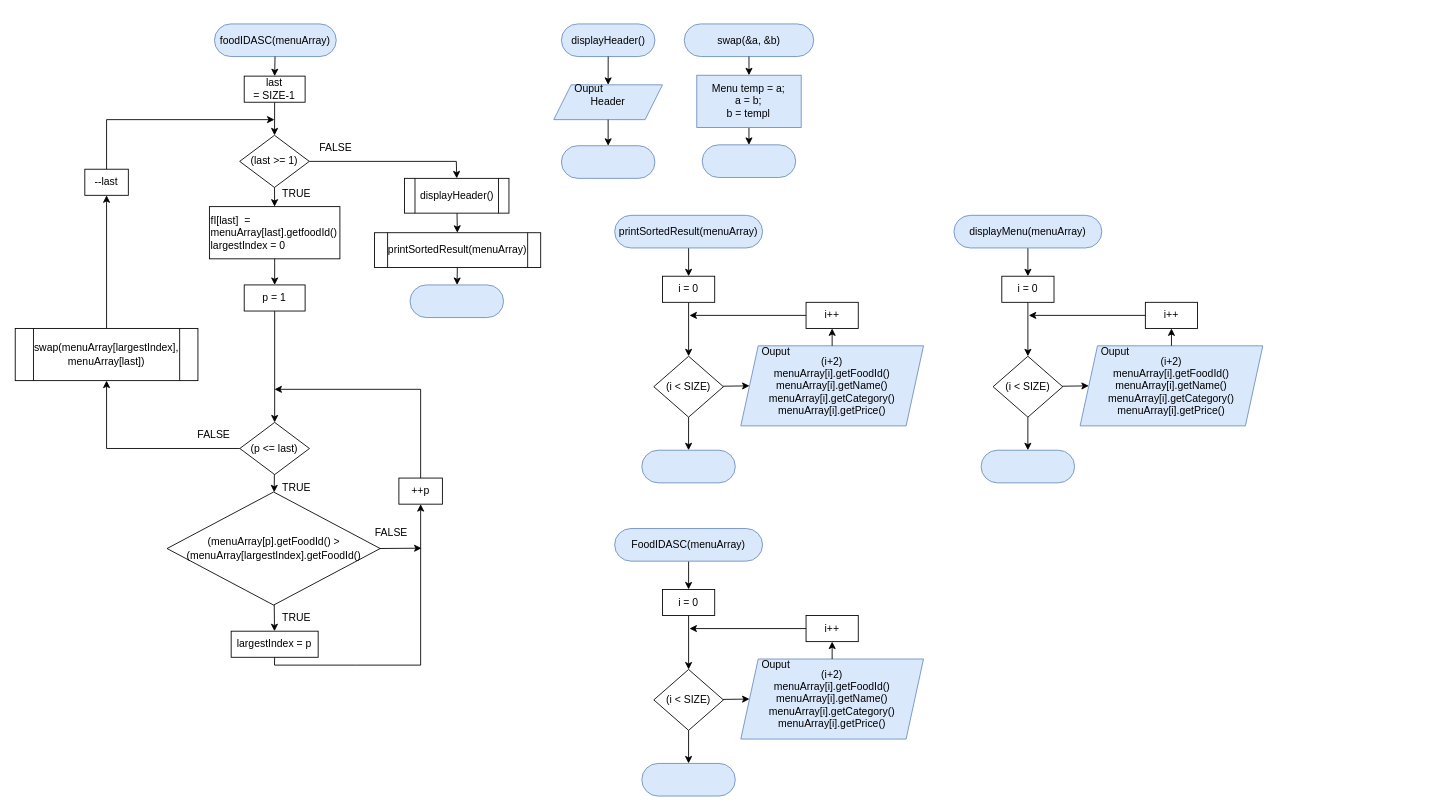
Above: page "SORTING FUNCTION" (3 of 5) of Submission/sec02/Tupperware/classDiagram.drawio in jjn7702/SECJ2013-DSA (draw.io), before the change. Source tidied: cells renumbered, new cells numbered last; positions are measured from the earlier drawing's top-left corner, leaving out a move shared by most shapes. Both pictures are drawn from the tidied source at 87%, with x=0, y=0 at pixel (15, 23).
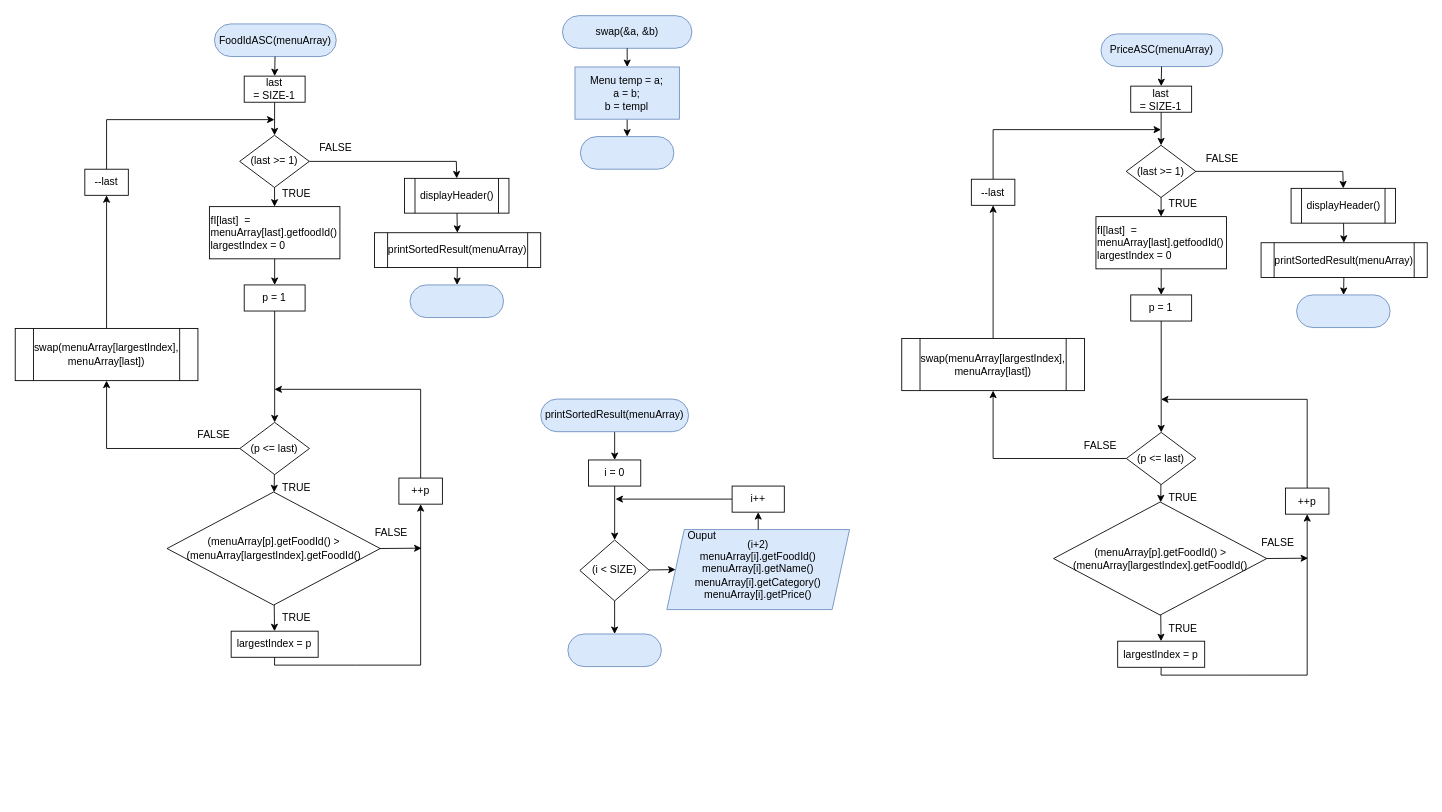
The same diagram, later.

What changed in the source:
```diff
@@
     <mxCell id="3" value="printSortedResult(menuArray)" style="rounded=1;whiteSpace=wrap;html=1;glass=0;labelBackgroundColor=none;fillColor=#dae8fc;arcSize=50;strokeColor=#6c8ebf;" parent="1" vertex="1">
-      <mxGeometry x="689" y="220" width="170" height="37.5" as="geometry" />
+      <mxGeometry x="604" y="431.2" width="170" height="37.5" as="geometry" />
     </mxCell>
-    <mxCell id="4" value="displayHeader()" style="rounded=1;whiteSpace=wrap;html=1;glass=0;labelBackgroundColor=none;fillColor=#dae8fc;arcSize=50;strokeColor=#6c8ebf;" parent="1" vertex="1">
-      <mxGeometry x="627.8" width="107.5" height="37.5" as="geometry" />
-    </mxCell>
-    <mxCell id="5" style="group;fillColor=none;strokeColor=none;" parent="1" vertex="1">
-      <mxGeometry x="619" y="60" width="125" height="50" as="geometry" />
-    </mxCell>
-    <mxCell id="6" value="Header" style="shape=parallelogram;perimeter=parallelogramPerimeter;whiteSpace=wrap;html=1;fixedSize=1;fillColor=#dae8fc;strokeColor=#6c8ebf;" parent="5" vertex="1">
-      <mxGeometry y="10" width="125" height="40" as="geometry" />
-    </mxCell>
-    <mxCell id="7" value="Ouput" style="text;html=1;align=center;verticalAlign=middle;strokeColor=none;fillColor=none;" parent="5" vertex="1">
-      <mxGeometry x="10" width="60" height="30" as="geometry" />
-    </mxCell>
-    <mxCell id="8" style="edgeStyle=none;rounded=0;html=1;exitX=0.5;exitY=1;exitDx=0;exitDy=0;strokeColor=#000000;fontColor=#000000;" parent="1" edge="1" source="4" target="6">
-      <mxGeometry relative="1" as="geometry" />
-    </mxCell>
-    <mxCell id="9" style="rounded=1;whiteSpace=wrap;html=1;glass=0;labelBackgroundColor=none;fillColor=#dae8fc;arcSize=50;strokeColor=#6c8ebf;" parent="1" vertex="1">
-      <mxGeometry x="627.8" y="140" width="107.5" height="37.5" as="geometry" />
-    </mxCell>
-    <mxCell id="10" style="edgeStyle=none;rounded=0;html=1;strokeColor=#000000;fontColor=#000000;" parent="1" edge="1" source="6" target="9">
-      <mxGeometry relative="1" as="geometry" />
-    </mxCell>
     <mxCell id="11" value="swap(&amp;amp;a, &amp;amp;b)" style="rounded=1;whiteSpace=wrap;html=1;glass=0;labelBackgroundColor=none;fillColor=#dae8fc;arcSize=50;strokeColor=#6c8ebf;" parent="1" vertex="1">
-      <mxGeometry x="769" width="148.8" height="37.5" as="geometry" />
+      <mxGeometry x="629" y="-9.5" width="148.8" height="37.5" as="geometry" />
     </mxCell>
     <mxCell id="12" style="rounded=1;whiteSpace=wrap;html=1;glass=0;labelBackgroundColor=none;fillColor=#dae8fc;arcSize=50;strokeColor=#6c8ebf;" parent="1" vertex="1">
-      <mxGeometry x="789.6" y="139" width="107.5" height="37.5" as="geometry" />
+      <mxGeometry x="649.6" y="129.5" width="107.5" height="37.5" as="geometry" />
     </mxCell>
@@
     <mxCell id="14" value="Menu temp = a;&lt;br&gt;a = b;&lt;br&gt;b = templ" style="whiteSpace=wrap;html=1;fillColor=#dae8fc;strokeColor=#6c8ebf;" parent="1" vertex="1">
-      <mxGeometry x="783.4" y="59" width="120" height="60" as="geometry" />
+      <mxGeometry x="643.4" y="49.5" width="120" height="60" as="geometry" />
     </mxCell>
@@
     <mxCell id="18" value="(i &amp;lt; SIZE)" style="rhombus;whiteSpace=wrap;html=1;" parent="1" vertex="1">
-      <mxGeometry x="734" y="382" width="80" height="70" as="geometry" />
+      <mxGeometry x="649" y="593.2" width="80" height="70" as="geometry" />
     </mxCell>
@@
     <mxCell id="20" value="i = 0" style="whiteSpace=wrap;html=1;" parent="1" vertex="1">
-      <mxGeometry x="744" y="290" width="60" height="30" as="geometry" />
+      <mxGeometry x="659" y="501.2" width="60" height="30" as="geometry" />
     </mxCell>
     <mxCell id="21" style="group;" parent="1" vertex="1">
-      <mxGeometry x="834" y="362" width="210" height="100" as="geometry" />
+      <mxGeometry x="749" y="573.2" width="210" height="100" as="geometry" />
     </mxCell>
@@
     <mxCell id="24" style="edgeStyle=none;html=1;" parent="1" edge="1" source="25">
       <mxGeometry relative="1" as="geometry">
-        <mxPoint x="775" y="335" as="targetPoint" />
+        <mxPoint x="690" y="546.2" as="targetPoint" />
       </mxGeometry>
     </mxCell>
     <mxCell id="25" value="i++" style="whiteSpace=wrap;html=1;" parent="1" vertex="1">
-      <mxGeometry x="909" y="320" width="60" height="30" as="geometry" />
+      <mxGeometry x="824" y="531.2" width="60" height="30" as="geometry" />
     </mxCell>
@@
     <mxCell id="27" style="rounded=1;whiteSpace=wrap;html=1;glass=0;labelBackgroundColor=none;fillColor=#dae8fc;arcSize=50;strokeColor=#6c8ebf;" parent="1" vertex="1">
-      <mxGeometry x="720.2" y="490" width="107.5" height="37.5" as="geometry" />
+      <mxGeometry x="635.2" y="701.2" width="107.5" height="37.5" as="geometry" />
     </mxCell>
-    <mxCell id="28" style="edgeStyle=none;html=1;" parent="1" edge="1" source="29" target="34">
-      <mxGeometry relative="1" as="geometry" />
-    </mxCell>
-    <mxCell id="29" value="displayMenu(menuArray)" style="rounded=1;whiteSpace=wrap;html=1;glass=0;labelBackgroundColor=none;fillColor=#dae8fc;arcSize=50;strokeColor=#6c8ebf;" parent="1" vertex="1">
-      <mxGeometry x="1079" y="220" width="170" height="37.5" as="geometry" />
-    </mxCell>
-    <mxCell id="30" style="edgeStyle=none;html=1;entryX=0;entryY=0.5;entryDx=0;entryDy=0;" parent="1" edge="1" source="32" target="36">
-      <mxGeometry relative="1" as="geometry" />
-    </mxCell>
-    <mxCell id="31" style="edgeStyle=none;html=1;" parent="1" edge="1" source="32" target="41">
-      <mxGeometry relative="1" as="geometry" />
-    </mxCell>
-    <mxCell id="32" value="(i &amp;lt; SIZE)" style="rhombus;whiteSpace=wrap;html=1;" parent="1" vertex="1">
-      <mxGeometry x="1124" y="382" width="80" height="70" as="geometry" />
-    </mxCell>
-    <mxCell id="33" style="edgeStyle=none;html=1;" parent="1" edge="1" source="34" target="32">
-      <mxGeometry relative="1" as="geometry" />
-    </mxCell>
-    <mxCell id="34" value="i = 0" style="whiteSpace=wrap;html=1;" parent="1" vertex="1">
-      <mxGeometry x="1134" y="290" width="60" height="30" as="geometry" />
-    </mxCell>
-    <mxCell id="35" style="group;" parent="1" vertex="1">
-      <mxGeometry x="1224" y="362" width="210" height="100" as="geometry" />
-    </mxCell>
-    <mxCell id="36" value="(i+2)&lt;br&gt;menuArray[i].getFoodId()&lt;br&gt;menuArray[i].getName()&lt;br&gt;menuArray[i].getCategory()&lt;br&gt;menuArray[i].getPrice()&lt;br&gt;" style="shape=parallelogram;perimeter=parallelogramPerimeter;whiteSpace=wrap;html=1;fixedSize=1;fillColor=#dae8fc;strokeColor=#6c8ebf;" parent="35" vertex="1">
-      <mxGeometry y="8" width="210" height="92" as="geometry" />
-    </mxCell>
-    <mxCell id="37" value="Ouput" style="text;html=1;align=center;verticalAlign=middle;strokeColor=none;fillColor=none;" parent="35" vertex="1">
-      <mxGeometry x="10" width="60" height="30" as="geometry" />
-    </mxCell>
-    <mxCell id="38" style="edgeStyle=none;html=1;" parent="1" edge="1" source="39">
-      <mxGeometry relative="1" as="geometry">
-        <mxPoint x="1165" y="335" as="targetPoint" />
-      </mxGeometry>
-    </mxCell>
-    <mxCell id="39" value="i++" style="whiteSpace=wrap;html=1;" parent="1" vertex="1">
-      <mxGeometry x="1299" y="320" width="60" height="30" as="geometry" />
-    </mxCell>
-    <mxCell id="40" style="edgeStyle=none;html=1;" parent="1" edge="1" source="36" target="39">
-      <mxGeometry relative="1" as="geometry" />
-    </mxCell>
-    <mxCell id="41" style="rounded=1;whiteSpace=wrap;html=1;glass=0;labelBackgroundColor=none;fillColor=#dae8fc;arcSize=50;strokeColor=#6c8ebf;" parent="1" vertex="1">
-      <mxGeometry x="1110.2" y="490" width="107.5" height="37.5" as="geometry" />
-    </mxCell>
-    <mxCell id="42" value="foodIDASC(menuArray)" style="rounded=1;whiteSpace=wrap;html=1;glass=0;labelBackgroundColor=none;fillColor=#dae8fc;arcSize=50;strokeColor=#6c8ebf;" parent="1" vertex="1">
+    <mxCell id="42" value="FoodIdASC(menuArray)" style="rounded=1;whiteSpace=wrap;html=1;glass=0;labelBackgroundColor=none;fillColor=#dae8fc;arcSize=50;strokeColor=#6c8ebf;" parent="1" vertex="1">
       <mxGeometry x="229" width="140" height="37.5" as="geometry" />
     </mxCell>
@@
-    <mxCell id="67" style="edgeStyle=none;html=1;" parent="1" edge="1" source="68" target="73">
-      <mxGeometry relative="1" as="geometry" />
-    </mxCell>
-    <mxCell id="68" value="FoodIDASC(menuArray)" style="rounded=1;whiteSpace=wrap;html=1;glass=0;labelBackgroundColor=none;fillColor=#dae8fc;arcSize=50;strokeColor=#6c8ebf;" parent="1" vertex="1">
-      <mxGeometry x="689" y="580" width="170" height="37.5" as="geometry" />
-    </mxCell>
-    <mxCell id="69" style="edgeStyle=none;html=1;entryX=0;entryY=0.5;entryDx=0;entryDy=0;" parent="1" edge="1" source="71" target="75">
-      <mxGeometry relative="1" as="geometry" />
-    </mxCell>
-    <mxCell id="70" style="edgeStyle=none;html=1;" parent="1" edge="1" source="71" target="80">
-      <mxGeometry relative="1" as="geometry" />
-    </mxCell>
-    <mxCell id="71" value="(i &amp;lt; SIZE)" style="rhombus;whiteSpace=wrap;html=1;" parent="1" vertex="1">
-      <mxGeometry x="734" y="742" width="80" height="70" as="geometry" />
-    </mxCell>
-    <mxCell id="72" style="edgeStyle=none;html=1;" parent="1" edge="1" source="73" target="71">
-      <mxGeometry relative="1" as="geometry" />
-    </mxCell>
-    <mxCell id="73" value="i = 0" style="whiteSpace=wrap;html=1;" parent="1" vertex="1">
-      <mxGeometry x="744" y="650" width="60" height="30" as="geometry" />
-    </mxCell>
-    <mxCell id="74" style="group;" parent="1" vertex="1">
-      <mxGeometry x="834" y="722" width="210" height="100" as="geometry" />
-    </mxCell>
-    <mxCell id="75" value="(i+2)&lt;br&gt;menuArray[i].getFoodId()&lt;br&gt;menuArray[i].getName()&lt;br&gt;menuArray[i].getCategory()&lt;br&gt;menuArray[i].getPrice()&lt;br&gt;" style="shape=parallelogram;perimeter=parallelogramPerimeter;whiteSpace=wrap;html=1;fixedSize=1;fillColor=#dae8fc;strokeColor=#6c8ebf;" parent="74" vertex="1">
-      <mxGeometry y="8" width="210" height="92" as="geometry" />
-    </mxCell>
-    <mxCell id="76" value="Ouput" style="text;html=1;align=center;verticalAlign=middle;strokeColor=none;fillColor=none;" parent="74" vertex="1">
-      <mxGeometry x="10" width="60" height="30" as="geometry" />
-    </mxCell>
-    <mxCell id="77" style="edgeStyle=none;html=1;" parent="1" edge="1" source="78">
-      <mxGeometry relative="1" as="geometry">
-        <mxPoint x="775" y="695" as="targetPoint" />
-      </mxGeometry>
-    </mxCell>
-    <mxCell id="78" value="i++" style="whiteSpace=wrap;html=1;" parent="1" vertex="1">
-      <mxGeometry x="909" y="680" width="60" height="30" as="geometry" />
-    </mxCell>
-    <mxCell id="79" style="edgeStyle=none;html=1;" parent="1" edge="1" source="75" target="78">
-      <mxGeometry relative="1" as="geometry" />
-    </mxCell>
-    <mxCell id="80" style="rounded=1;whiteSpace=wrap;html=1;glass=0;labelBackgroundColor=none;fillColor=#dae8fc;arcSize=50;strokeColor=#6c8ebf;" parent="1" vertex="1">
-      <mxGeometry x="720.2" y="850" width="107.5" height="37.5" as="geometry" />
-    </mxCell>
@@
+    <mxCell id="92" value="PriceASC(menuArray)" style="rounded=1;whiteSpace=wrap;html=1;glass=0;labelBackgroundColor=none;fillColor=#dae8fc;arcSize=50;strokeColor=#6c8ebf;" parent="1" vertex="1">
+      <mxGeometry x="1248" y="11.5" width="140" height="37.5" as="geometry" />
+    </mxCell>
+    <mxCell id="93" style="edgeStyle=none;rounded=0;html=1;exitX=1;exitY=0.5;exitDx=0;exitDy=0;entryX=0.5;entryY=0;entryDx=0;entryDy=0;" parent="1" edge="1" source="94" target="4">
+      <mxGeometry relative="1" as="geometry">
+        <Array as="points">
+          <mxPoint x="1526" y="169.5" />
+        </Array>
+      </mxGeometry>
+    </mxCell>
+    <mxCell id="94" value="(last &amp;gt;= 1)" style="rhombus;whiteSpace=wrap;html=1;" parent="1" vertex="1">
+      <mxGeometry x="1277" y="139.5" width="80" height="60" as="geometry" />
+    </mxCell>
+    <mxCell id="95" style="edgeStyle=none;html=1;" parent="1" edge="1" source="96" target="94">
+      <mxGeometry relative="1" as="geometry" />
+    </mxCell>
+    <mxCell id="96" value="last &lt;br&gt;= SIZE-1" style="whiteSpace=wrap;html=1;" parent="1" vertex="1">
+      <mxGeometry x="1282.2" y="71.5" width="70" height="30" as="geometry" />
+    </mxCell>
+    <mxCell id="97" style="edgeStyle=none;html=1;entryX=0.5;entryY=0;entryDx=0;entryDy=0;" parent="1" edge="1" source="92" target="96">
+      <mxGeometry relative="1" as="geometry" />
+    </mxCell>
+    <mxCell id="98" style="edgeStyle=none;rounded=0;html=1;exitX=0.5;exitY=0;exitDx=0;exitDy=0;" parent="1" edge="1" source="99">
+      <mxGeometry relative="1" as="geometry">
+        <mxPoint x="1317" y="121.5" as="targetPoint" />
+        <Array as="points">
+          <mxPoint x="1124" y="121.5" />
+        </Array>
+      </mxGeometry>
+    </mxCell>
+    <mxCell id="99" value="--last" style="whiteSpace=wrap;html=1;" parent="1" vertex="1">
+      <mxGeometry x="1099" y="178.5" width="50" height="30" as="geometry" />
+    </mxCell>
+    <mxCell id="100" value="fI[last]&amp;nbsp; = menuArray[last].getfoodId()&lt;br&gt;largestIndex = 0" style="whiteSpace=wrap;html=1;align=left;" parent="1" vertex="1">
+      <mxGeometry x="1242.2" y="221.5" width="150" height="60" as="geometry" />
+    </mxCell>
+    <mxCell id="101" style="edgeStyle=none;rounded=0;html=1;" parent="1" edge="1" source="94" target="100">
+      <mxGeometry relative="1" as="geometry" />
+    </mxCell>
+    <mxCell id="102" style="edgeStyle=none;html=1;exitX=0;exitY=0.5;exitDx=0;exitDy=0;entryX=0.5;entryY=1;entryDx=0;entryDy=0;rounded=0;" parent="1" edge="1" source="103" target="116">
+      <mxGeometry relative="1" as="geometry">
+        <Array as="points">
+          <mxPoint x="1124" y="499.5" />
+        </Array>
+      </mxGeometry>
+    </mxCell>
+    <mxCell id="103" value="(p &amp;lt;= last)" style="rhombus;whiteSpace=wrap;html=1;" parent="1" vertex="1">
+      <mxGeometry x="1277.2" y="469.5" width="80" height="60" as="geometry" />
+    </mxCell>
+    <mxCell id="104" style="edgeStyle=none;rounded=0;html=1;" parent="1" edge="1" source="105" target="103">
+      <mxGeometry relative="1" as="geometry" />
+    </mxCell>
+    <mxCell id="105" value="p = 1" style="whiteSpace=wrap;html=1;" parent="1" vertex="1">
+      <mxGeometry x="1282.2" y="311.5" width="70" height="30" as="geometry" />
+    </mxCell>
+    <mxCell id="106" style="edgeStyle=none;rounded=0;html=1;" parent="1" edge="1" source="100" target="105">
+      <mxGeometry relative="1" as="geometry" />
+    </mxCell>
+    <mxCell id="107" style="edgeStyle=none;html=1;exitX=1;exitY=0.5;exitDx=0;exitDy=0;" parent="1" edge="1">
+      <mxGeometry relative="1" as="geometry">
+        <mxPoint x="1433.5" y="614.5" as="sourcePoint" />
+        <mxPoint x="1486" y="614.1" as="targetPoint" />
+      </mxGeometry>
+    </mxCell>
+    <mxCell id="108" value="(menuArray[p].getFoodId() &amp;gt;&lt;br&gt;(menuArray[largestIndex].getFoodId()" style="rhombus;whiteSpace=wrap;html=1;" parent="1" vertex="1">
+      <mxGeometry x="1193.5" y="549.5" width="245" height="130" as="geometry" />
+    </mxCell>
+    <mxCell id="109" style="edgeStyle=none;rounded=0;html=1;" parent="1" edge="1" source="103" target="108">
+      <mxGeometry relative="1" as="geometry" />
+    </mxCell>
+    <mxCell id="110" style="edgeStyle=none;rounded=0;html=1;exitX=0.5;exitY=1;exitDx=0;exitDy=0;" parent="1" edge="1" target="114">
+      <mxGeometry relative="1" as="geometry">
+        <mxPoint x="1317.2" y="738.5" as="sourcePoint" />
+        <Array as="points">
+          <mxPoint x="1317" y="748.5" />
+          <mxPoint x="1411" y="748.5" />
+          <mxPoint x="1485" y="748.5" />
+        </Array>
+      </mxGeometry>
+    </mxCell>
+    <mxCell id="111" value="largestIndex = p" style="whiteSpace=wrap;html=1;" parent="1" vertex="1">
+      <mxGeometry x="1267.2" y="709.5" width="100" height="30" as="geometry" />
+    </mxCell>
+    <mxCell id="112" style="edgeStyle=none;rounded=0;html=1;" parent="1" edge="1" source="108" target="111">
+      <mxGeometry relative="1" as="geometry" />
+    </mxCell>
+    <mxCell id="113" style="edgeStyle=none;rounded=0;html=1;" parent="1" edge="1" source="114">
+      <mxGeometry relative="1" as="geometry">
+        <mxPoint x="1317" y="431.5" as="targetPoint" />
+        <Array as="points">
+          <mxPoint x="1485" y="431.5" />
+        </Array>
+      </mxGeometry>
+    </mxCell>
+    <mxCell id="114" value="++p" style="whiteSpace=wrap;html=1;" parent="1" vertex="1">
+      <mxGeometry x="1460" y="533.5" width="50" height="30" as="geometry" />
+    </mxCell>
+    <mxCell id="115" style="edgeStyle=none;rounded=0;html=1;exitX=0.5;exitY=0;exitDx=0;exitDy=0;entryX=0.5;entryY=1;entryDx=0;entryDy=0;" parent="1" edge="1" source="116" target="99">
+      <mxGeometry relative="1" as="geometry" />
+    </mxCell>
+    <mxCell id="116" value="swap(menuArray[largestIndex], menuArray[last])" style="shape=process;whiteSpace=wrap;html=1;backgroundOutline=1;" parent="1" vertex="1">
+      <mxGeometry x="1019" y="361.5" width="210" height="60" as="geometry" />
+    </mxCell>
+    <mxCell id="117" value="TRUE" style="text;html=1;align=center;verticalAlign=middle;strokeColor=none;fillColor=none;" parent="1" vertex="1">
+      <mxGeometry x="1312.2" y="679.5" width="60" height="30" as="geometry" />
+    </mxCell>
+    <mxCell id="118" value="FALSE" style="text;html=1;align=center;verticalAlign=middle;strokeColor=none;fillColor=none;" parent="1" vertex="1">
+      <mxGeometry x="1421" y="581.5" width="60" height="30" as="geometry" />
+    </mxCell>
+    <mxCell id="119" value="TRUE" style="text;html=1;align=center;verticalAlign=middle;strokeColor=none;fillColor=none;" parent="1" vertex="1">
+      <mxGeometry x="1312.2" y="529.5" width="60" height="30" as="geometry" />
+    </mxCell>
+    <mxCell id="120" value="FALSE" style="text;html=1;align=center;verticalAlign=middle;strokeColor=none;fillColor=none;" parent="1" vertex="1">
+      <mxGeometry x="1217" y="469.5" width="60" height="30" as="geometry" />
+    </mxCell>
+    <mxCell id="121" value="TRUE" style="text;html=1;align=center;verticalAlign=middle;strokeColor=none;fillColor=none;" parent="1" vertex="1">
+      <mxGeometry x="1312.2" y="191.5" width="60" height="30" as="geometry" />
+    </mxCell>
+    <mxCell id="122" style="edgeStyle=none;rounded=0;html=1;" parent="1" edge="1" source="4" target="124">
+      <mxGeometry relative="1" as="geometry" />
+    </mxCell>
+    <mxCell id="4" value="displayHeader()" style="shape=process;whiteSpace=wrap;html=1;backgroundOutline=1;" parent="1" vertex="1">
+      <mxGeometry x="1466.5" y="189" width="120" height="40" as="geometry" />
+    </mxCell>
+    <mxCell id="123" style="edgeStyle=none;rounded=0;html=1;" parent="1" edge="1" source="124" target="125">
+      <mxGeometry relative="1" as="geometry" />
+    </mxCell>
+    <mxCell id="124" value="printSortedResult(menuArray)" style="shape=process;whiteSpace=wrap;html=1;backgroundOutline=1;size=0.07729468599033816;" parent="1" vertex="1">
+      <mxGeometry x="1432" y="251.5" width="191" height="40" as="geometry" />
+    </mxCell>
+    <mxCell id="125" style="rounded=1;whiteSpace=wrap;html=1;glass=0;labelBackgroundColor=none;fillColor=#dae8fc;arcSize=50;strokeColor=#6c8ebf;" parent="1" vertex="1">
+      <mxGeometry x="1472.8" y="311.5" width="107.5" height="37.5" as="geometry" />
+    </mxCell>
+    <mxCell id="126" value="FALSE" style="text;html=1;align=center;verticalAlign=middle;strokeColor=none;fillColor=none;" parent="1" vertex="1">
+      <mxGeometry x="1357" y="139.5" width="60" height="30" as="geometry" />
+    </mxCell>
```
